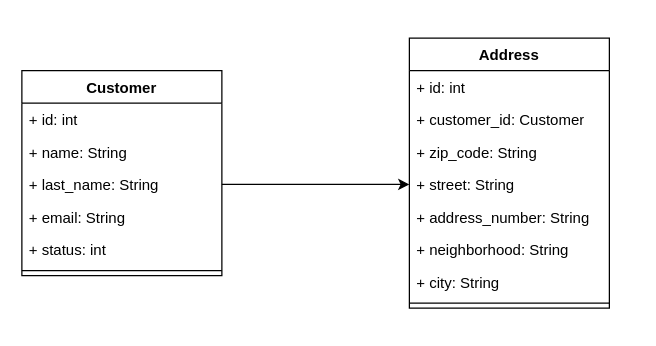
Above: mysales.drawio in gustavoc0imbra/mysales-flutter-app (draw.io), before the change. Source tidied: cells renumbered, new cells numbered last; positions are measured from the earlier drawing's top-left corner, leaving out a move shared by most shapes. Both pictures are drawn from the tidied source at 125%, with x=0, y=0 at pixel (21, 38).
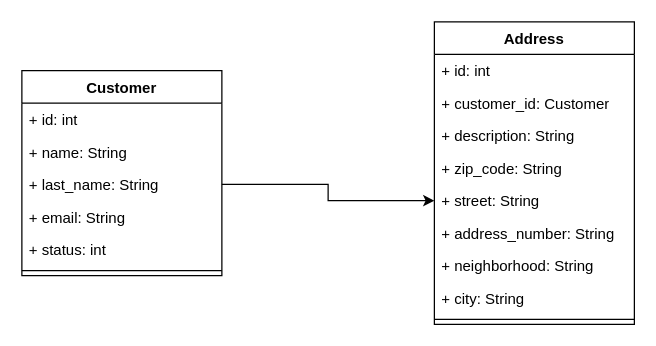
After the change.

Commit message:
add description field to address

The edit, as a diff of the source:
```diff
@@
 <mxGraphModel>
   <root>
     <mxCell id="0" />
     <mxCell id="1" parent="0" />
     <mxCell id="2" value="Customer" style="swimlane;fontStyle=1;align=center;verticalAlign=top;horizontal=1;startSize=26;whiteSpace=wrap;html=1;" parent="1" vertex="1">
       <mxGeometry y="26" width="160" height="164" as="geometry" />
     </mxCell>
     <mxCell id="3" value="+ id: int" style="text;strokeColor=none;fillColor=none;align=left;verticalAlign=top;spacingLeft=4;spacingRight=4;overflow=hidden;whiteSpace=wrap;html=1;" parent="2" vertex="1">
       <mxGeometry y="26" width="160" height="26" as="geometry" />
     </mxCell>
     <mxCell id="4" value="+ name: String" style="text;strokeColor=none;fillColor=none;align=left;verticalAlign=top;spacingLeft=4;spacingRight=4;overflow=hidden;whiteSpace=wrap;html=1;" parent="2" vertex="1">
       <mxGeometry y="52" width="160" height="26" as="geometry" />
     </mxCell>
     <mxCell id="5" value="+ last_name: String" style="text;strokeColor=none;fillColor=none;align=left;verticalAlign=top;spacingLeft=4;spacingRight=4;overflow=hidden;points=[[0,0.5],[1,0.5]];portConstraint=eastwest;whiteSpace=wrap;html=1;" parent="2" vertex="1">
       <mxGeometry y="78" width="160" height="26" as="geometry" />
     </mxCell>
     <mxCell id="6" value="+ email: String" style="text;strokeColor=none;fillColor=none;align=left;verticalAlign=top;spacingLeft=4;spacingRight=4;overflow=hidden;whiteSpace=wrap;html=1;" parent="2" vertex="1">
       <mxGeometry y="104" width="160" height="26" as="geometry" />
     </mxCell>
     <mxCell id="7" value="+ status: int" style="text;strokeColor=none;fillColor=none;align=left;verticalAlign=top;spacingLeft=4;spacingRight=4;overflow=hidden;whiteSpace=wrap;html=1;" parent="2" vertex="1">
       <mxGeometry y="130" width="160" height="26" as="geometry" />
     </mxCell>
     <mxCell id="8" style="line;strokeWidth=1;fillColor=none;align=left;verticalAlign=middle;spacingTop=-1;spacingLeft=3;spacingRight=3;labelPosition=right;strokeColor=inherit;" parent="2" vertex="1">
       <mxGeometry y="156" width="160" height="8" as="geometry" />
     </mxCell>
     <mxCell id="9" value="Address" style="swimlane;fontStyle=1;align=center;verticalAlign=top;horizontal=1;startSize=26;whiteSpace=wrap;html=1;" parent="1" vertex="1">
-      <mxGeometry x="310" width="160" height="216" as="geometry" />
+      <mxGeometry x="330" y="-13" width="160" height="242" as="geometry" />
     </mxCell>
     <mxCell id="10" value="+ id: int" style="text;strokeColor=none;fillColor=none;align=left;verticalAlign=top;spacingLeft=4;spacingRight=4;overflow=hidden;whiteSpace=wrap;html=1;" parent="9" vertex="1">
       <mxGeometry y="26" width="160" height="26" as="geometry" />
     </mxCell>
     <mxCell id="11" value="+ customer_id: Customer" style="text;strokeColor=none;fillColor=none;align=left;verticalAlign=top;spacingLeft=4;spacingRight=4;overflow=hidden;whiteSpace=wrap;html=1;" parent="9" vertex="1">
       <mxGeometry y="52" width="160" height="26" as="geometry" />
     </mxCell>
+    <mxCell id="19" value="+ description: String" style="text;strokeColor=none;fillColor=none;align=left;verticalAlign=top;spacingLeft=4;spacingRight=4;overflow=hidden;whiteSpace=wrap;html=1;" parent="9" vertex="1">
+      <mxGeometry y="78" width="160" height="26" as="geometry" />
+    </mxCell>
     <mxCell id="12" value="+ zip_code: String" style="text;strokeColor=none;fillColor=none;align=left;verticalAlign=top;spacingLeft=4;spacingRight=4;overflow=hidden;whiteSpace=wrap;html=1;" parent="9" vertex="1">
-      <mxGeometry y="78" width="160" height="26" as="geometry" />
+      <mxGeometry y="104" width="160" height="26" as="geometry" />
     </mxCell>
     <mxCell id="13" value="+ street: String" style="text;strokeColor=none;fillColor=none;align=left;verticalAlign=top;spacingLeft=4;spacingRight=4;overflow=hidden;points=[[0,0.5],[1,0.5]];portConstraint=eastwest;whiteSpace=wrap;html=1;" parent="9" vertex="1">
-      <mxGeometry y="104" width="160" height="26" as="geometry" />
+      <mxGeometry y="130" width="160" height="26" as="geometry" />
     </mxCell>
     <mxCell id="14" value="+ address_number: String" style="text;strokeColor=none;fillColor=none;align=left;verticalAlign=top;spacingLeft=4;spacingRight=4;overflow=hidden;whiteSpace=wrap;html=1;" parent="9" vertex="1">
-      <mxGeometry y="130" width="160" height="26" as="geometry" />
+      <mxGeometry y="156" width="160" height="26" as="geometry" />
     </mxCell>
     <mxCell id="15" value="+ neighborhood: String" style="text;strokeColor=none;fillColor=none;align=left;verticalAlign=top;spacingLeft=4;spacingRight=4;overflow=hidden;whiteSpace=wrap;html=1;" parent="9" vertex="1">
-      <mxGeometry y="156" width="160" height="26" as="geometry" />
+      <mxGeometry y="182" width="160" height="26" as="geometry" />
     </mxCell>
     <mxCell id="16" value="+ city: String" style="text;strokeColor=none;fillColor=none;align=left;verticalAlign=top;spacingLeft=4;spacingRight=4;overflow=hidden;whiteSpace=wrap;html=1;" parent="9" vertex="1">
-      <mxGeometry y="182" width="160" height="26" as="geometry" />
+      <mxGeometry y="208" width="160" height="26" as="geometry" />
     </mxCell>
     <mxCell id="17" style="line;strokeWidth=1;fillColor=none;align=left;verticalAlign=middle;spacingTop=-1;spacingLeft=3;spacingRight=3;labelPosition=right;strokeColor=inherit;" parent="9" vertex="1">
-      <mxGeometry y="208" width="160" height="8" as="geometry" />
+      <mxGeometry y="234" width="160" height="8" as="geometry" />
     </mxCell>
-    <mxCell id="18" style="edgeStyle=orthogonalEdgeStyle;rounded=0;jettySize=auto;html=1;exitX=1;exitY=0.5;exitDx=0;exitDy=0;" parent="1" edge="1" source="5" target="13">
+    <mxCell id="18" style="edgeStyle=orthogonalEdgeStyle;rounded=0;jettySize=auto;html=1;exitX=1;exitY=0.5;exitDx=0;exitDy=0;entryX=0;entryY=0.5;entryDx=0;entryDy=0;" parent="1" edge="1" source="5" target="13">
       <mxGeometry relative="1" as="geometry" />
     </mxCell>
   </root>
 </mxGraphModel>
```
